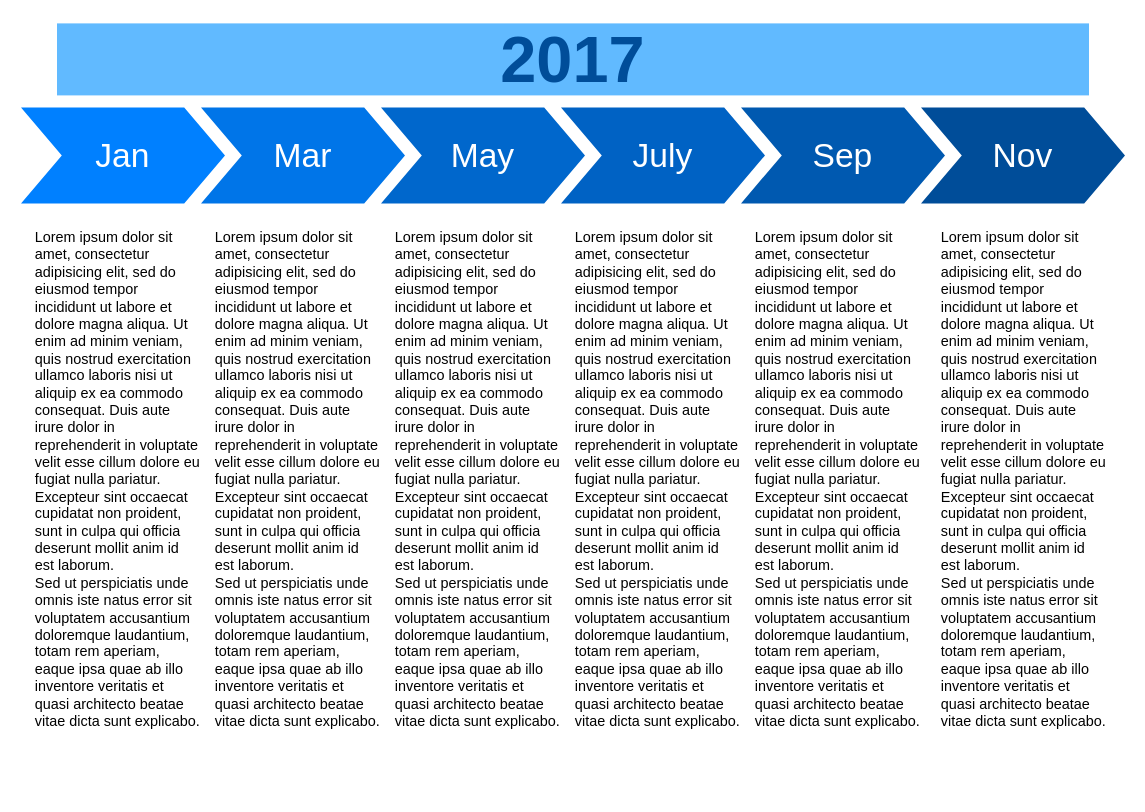
This is Untitled Diagram.drawio from nguyenDesign/python_test, a draw.io file, before an edit. Source tidied: cells renumbered, new cells numbered last; positions are measured from the earlier drawing's top-left corner, leaving out a move shared by most shapes. Both pictures are drawn from the tidied source at 120%, with x=0, y=0 at pixel (20, 23).
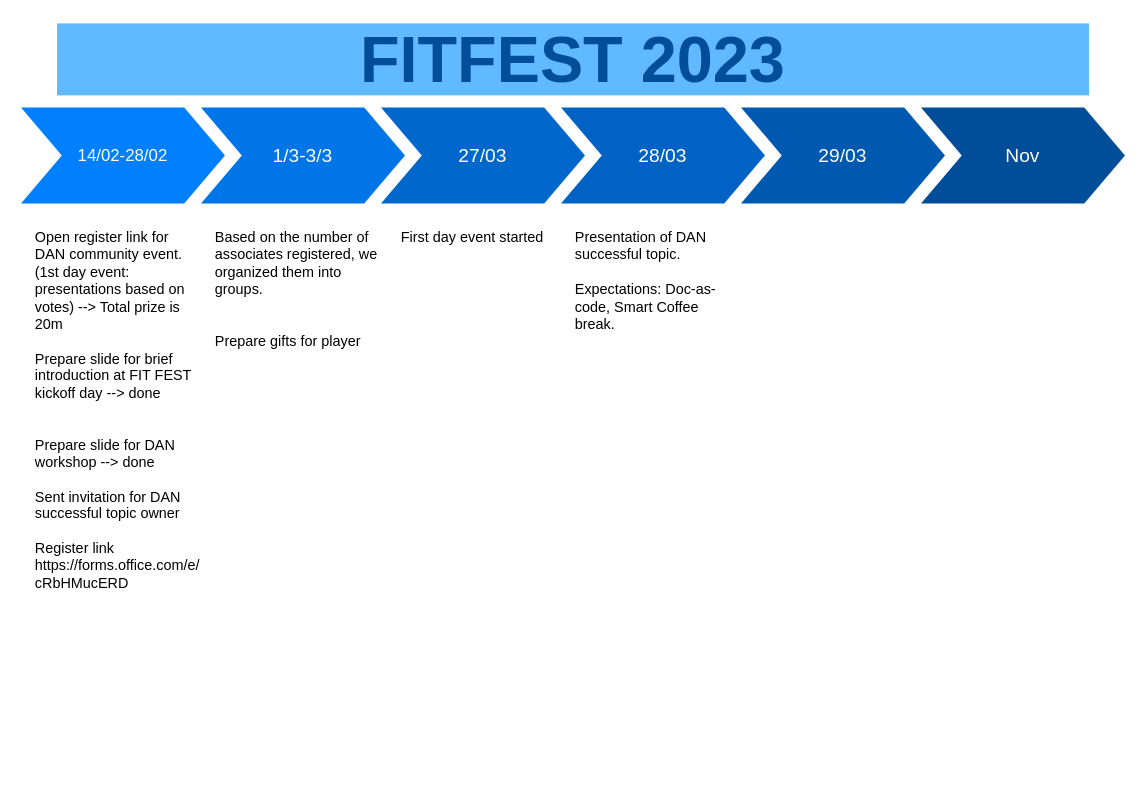
After the change.

Commit message:
Dan Time line

What changed in the source:
```diff
@@
 <mxGraphModel>
   <root>
     <mxCell id="0" />
     <mxCell id="1" parent="0" />
-    <mxCell id="2" value="Jan" style="shape=step;whiteSpace=wrap;html=1;fontSize=28;fillColor=#0080FF;fontColor=#FFFFFF;strokeColor=none;" parent="1" vertex="1">
+    <mxCell id="2" value="14/02-28/02" style="shape=step;whiteSpace=wrap;html=1;fontSize=14;fillColor=#0080FF;fontColor=#FFFFFF;strokeColor=none;" parent="1" vertex="1">
       <mxGeometry y="70" width="170" height="80" as="geometry" />
     </mxCell>
-    <mxCell id="3" value="Mar" style="shape=step;whiteSpace=wrap;html=1;fontSize=28;fillColor=#0075E8;fontColor=#FFFFFF;strokeColor=none;" parent="1" vertex="1">
+    <mxCell id="3" value="1/3-3/3" style="shape=step;whiteSpace=wrap;html=1;fontSize=16;fillColor=#0075E8;fontColor=#FFFFFF;strokeColor=none;" parent="1" vertex="1">
       <mxGeometry x="150" y="70" width="170" height="80" as="geometry" />
     </mxCell>
-    <mxCell id="4" value="May" style="shape=step;whiteSpace=wrap;html=1;fontSize=28;fillColor=#0067CC;fontColor=#FFFFFF;strokeColor=none;" parent="1" vertex="1">
+    <mxCell id="4" value="27/03" style="shape=step;whiteSpace=wrap;html=1;fontSize=16;fillColor=#0067CC;fontColor=#FFFFFF;strokeColor=none;" parent="1" vertex="1">
       <mxGeometry x="300" y="70" width="170" height="80" as="geometry" />
     </mxCell>
-    <mxCell id="5" value="July" style="shape=step;whiteSpace=wrap;html=1;fontSize=28;fillColor=#0062C4;fontColor=#FFFFFF;strokeColor=none;" parent="1" vertex="1">
+    <mxCell id="5" value="28/03" style="shape=step;whiteSpace=wrap;html=1;fontSize=16;fillColor=#0062C4;fontColor=#FFFFFF;strokeColor=none;" parent="1" vertex="1">
       <mxGeometry x="450" y="70" width="170" height="80" as="geometry" />
     </mxCell>
-    <mxCell id="6" value="Sep" style="shape=step;whiteSpace=wrap;html=1;fontSize=28;fillColor=#0059B0;fontColor=#FFFFFF;strokeColor=none;" parent="1" vertex="1">
+    <mxCell id="6" value="29/03" style="shape=step;whiteSpace=wrap;html=1;fontSize=16;fillColor=#0059B0;fontColor=#FFFFFF;strokeColor=none;" parent="1" vertex="1">
       <mxGeometry x="600" y="70" width="170" height="80" as="geometry" />
     </mxCell>
-    <mxCell id="7" value="Nov" style="shape=step;whiteSpace=wrap;html=1;fontSize=28;fillColor=#004D99;fontColor=#FFFFFF;strokeColor=none;" parent="1" vertex="1">
+    <mxCell id="7" value="Nov" style="shape=step;whiteSpace=wrap;html=1;fontSize=16;fillColor=#004D99;fontColor=#FFFFFF;strokeColor=none;" parent="1" vertex="1">
       <mxGeometry x="750" y="70" width="170" height="80" as="geometry" />
     </mxCell>
-    <mxCell id="8" value="2017" style="text;html=1;strokeColor=none;fillColor=#61BAFF;align=center;verticalAlign=middle;whiteSpace=wrap;fontSize=54;fontStyle=1;fontColor=#004D99;" parent="1" vertex="1">
+    <mxCell id="8" value="FITFEST 2023" style="text;html=1;strokeColor=none;fillColor=#61BAFF;align=center;verticalAlign=middle;whiteSpace=wrap;fontSize=54;fontStyle=1;fontColor=#004D99;" parent="1" vertex="1">
       <mxGeometry x="30" width="860" height="60" as="geometry" />
     </mxCell>
-    <mxCell id="9" value="Lorem ipsum dolor sit amet, consectetur adipisicing elit, sed do eiusmod tempor incididunt ut labore et dolore magna aliqua. Ut enim ad minim veniam, quis nostrud exercitation ullamco laboris nisi ut aliquip ex ea commodo consequat. Duis aute irure dolor in reprehenderit in voluptate velit esse cillum dolore eu fugiat nulla pariatur. Excepteur sint occaecat cupidatat non proident, sunt in culpa qui officia deserunt mollit anim id est laborum.&lt;br&gt;Sed ut perspiciatis unde omnis iste natus error sit voluptatem accusantium doloremque laudantium, totam rem aperiam, eaque ipsa quae ab illo inventore veritatis et quasi architecto beatae vitae dicta sunt explicabo." style="text;spacingTop=-5;fillColor=#ffffff;whiteSpace=wrap;html=1;align=left;fontSize=12;fontFamily=Helvetica;fillColor=none;strokeColor=none;" parent="1" vertex="1">
+    <mxCell id="9" value="Open register link for DAN community event.&lt;br&gt;(1st day event: presentations based on votes) --&amp;gt; Total prize is 20m&lt;br&gt;&lt;br&gt;Prepare slide for brief introduction at FIT FEST kickoff day --&amp;gt; done&lt;br&gt;&lt;br&gt;&lt;br&gt;Prepare slide for DAN workshop --&amp;gt; done&lt;br&gt;&lt;br&gt;Sent invitation for DAN successful topic owner&lt;br&gt;&lt;br&gt;Register link&lt;br&gt;https://forms.office.com/e/&lt;br&gt;cRbHMucERD" style="text;spacingTop=-5;fillColor=#ffffff;whiteSpace=wrap;html=1;align=left;fontSize=12;fontFamily=Helvetica;fillColor=none;strokeColor=none;" parent="1" vertex="1">
       <mxGeometry x="10" y="170" width="140" height="470" as="geometry" />
     </mxCell>
-    <mxCell id="10" value="Lorem ipsum dolor sit amet, consectetur adipisicing elit, sed do eiusmod tempor incididunt ut labore et dolore magna aliqua. Ut enim ad minim veniam, quis nostrud exercitation ullamco laboris nisi ut aliquip ex ea commodo consequat. Duis aute irure dolor in reprehenderit in voluptate velit esse cillum dolore eu fugiat nulla pariatur. Excepteur sint occaecat cupidatat non proident, sunt in culpa qui officia deserunt mollit anim id est laborum.&lt;br&gt;Sed ut perspiciatis unde omnis iste natus error sit voluptatem accusantium doloremque laudantium, totam rem aperiam, eaque ipsa quae ab illo inventore veritatis et quasi architecto beatae vitae dicta sunt explicabo." style="text;spacingTop=-5;fillColor=#ffffff;whiteSpace=wrap;html=1;align=left;fontSize=12;fontFamily=Helvetica;fillColor=none;strokeColor=none;" parent="1" vertex="1">
+    <mxCell id="10" value="Based on the number of associates registered, we organized them into groups.&lt;br&gt;&lt;br&gt;&lt;br&gt;Prepare gifts for player&lt;br&gt;" style="text;spacingTop=-5;fillColor=#ffffff;whiteSpace=wrap;html=1;align=left;fontSize=12;fontFamily=Helvetica;fillColor=none;strokeColor=none;" parent="1" vertex="1">
       <mxGeometry x="160" y="170" width="140" height="470" as="geometry" />
     </mxCell>
-    <mxCell id="11" value="Lorem ipsum dolor sit amet, consectetur adipisicing elit, sed do eiusmod tempor incididunt ut labore et dolore magna aliqua. Ut enim ad minim veniam, quis nostrud exercitation ullamco laboris nisi ut aliquip ex ea commodo consequat. Duis aute irure dolor in reprehenderit in voluptate velit esse cillum dolore eu fugiat nulla pariatur. Excepteur sint occaecat cupidatat non proident, sunt in culpa qui officia deserunt mollit anim id est laborum.&lt;br&gt;Sed ut perspiciatis unde omnis iste natus error sit voluptatem accusantium doloremque laudantium, totam rem aperiam, eaque ipsa quae ab illo inventore veritatis et quasi architecto beatae vitae dicta sunt explicabo." style="text;spacingTop=-5;fillColor=#ffffff;whiteSpace=wrap;html=1;align=left;fontSize=12;fontFamily=Helvetica;fillColor=none;strokeColor=none;" parent="1" vertex="1">
-      <mxGeometry x="310" y="170" width="140" height="470" as="geometry" />
-    </mxCell>
-    <mxCell id="12" value="Lorem ipsum dolor sit amet, consectetur adipisicing elit, sed do eiusmod tempor incididunt ut labore et dolore magna aliqua. Ut enim ad minim veniam, quis nostrud exercitation ullamco laboris nisi ut aliquip ex ea commodo consequat. Duis aute irure dolor in reprehenderit in voluptate velit esse cillum dolore eu fugiat nulla pariatur. Excepteur sint occaecat cupidatat non proident, sunt in culpa qui officia deserunt mollit anim id est laborum.&lt;br&gt;Sed ut perspiciatis unde omnis iste natus error sit voluptatem accusantium doloremque laudantium, totam rem aperiam, eaque ipsa quae ab illo inventore veritatis et quasi architecto beatae vitae dicta sunt explicabo." style="text;spacingTop=-5;fillColor=#ffffff;whiteSpace=wrap;html=1;align=left;fontSize=12;fontFamily=Helvetica;fillColor=none;strokeColor=none;" parent="1" vertex="1">
-      <mxGeometry x="460" y="170" width="140" height="470" as="geometry" />
-    </mxCell>
-    <mxCell id="13" value="Lorem ipsum dolor sit amet, consectetur adipisicing elit, sed do eiusmod tempor incididunt ut labore et dolore magna aliqua. Ut enim ad minim veniam, quis nostrud exercitation ullamco laboris nisi ut aliquip ex ea commodo consequat. Duis aute irure dolor in reprehenderit in voluptate velit esse cillum dolore eu fugiat nulla pariatur. Excepteur sint occaecat cupidatat non proident, sunt in culpa qui officia deserunt mollit anim id est laborum.&lt;br&gt;Sed ut perspiciatis unde omnis iste natus error sit voluptatem accusantium doloremque laudantium, totam rem aperiam, eaque ipsa quae ab illo inventore veritatis et quasi architecto beatae vitae dicta sunt explicabo." style="text;spacingTop=-5;fillColor=#ffffff;whiteSpace=wrap;html=1;align=left;fontSize=12;fontFamily=Helvetica;fillColor=none;strokeColor=none;" parent="1" vertex="1">
-      <mxGeometry x="610" y="170" width="140" height="470" as="geometry" />
-    </mxCell>
-    <mxCell id="14" value="Lorem ipsum dolor sit amet, consectetur adipisicing elit, sed do eiusmod tempor incididunt ut labore et dolore magna aliqua. Ut enim ad minim veniam, quis nostrud exercitation ullamco laboris nisi ut aliquip ex ea commodo consequat. Duis aute irure dolor in reprehenderit in voluptate velit esse cillum dolore eu fugiat nulla pariatur. Excepteur sint occaecat cupidatat non proident, sunt in culpa qui officia deserunt mollit anim id est laborum.&lt;br&gt;Sed ut perspiciatis unde omnis iste natus error sit voluptatem accusantium doloremque laudantium, totam rem aperiam, eaque ipsa quae ab illo inventore veritatis et quasi architecto beatae vitae dicta sunt explicabo." style="text;spacingTop=-5;fillColor=#ffffff;whiteSpace=wrap;html=1;align=left;fontSize=12;fontFamily=Helvetica;fillColor=none;strokeColor=none;" parent="1" vertex="1">
-      <mxGeometry x="765" y="170" width="140" height="470" as="geometry" />
-    </mxCell>
+    <mxCell id="15" value="First day event started" style="text;spacingTop=-5;fillColor=#ffffff;whiteSpace=wrap;html=1;align=left;fontSize=12;fontFamily=Helvetica;fillColor=none;strokeColor=none;" parent="1" vertex="1">
+      <mxGeometry x="315" y="170" width="140" height="470" as="geometry" />
+    </mxCell>
+    <mxCell id="16" value="Presentation of DAN successful topic.&lt;br&gt;&lt;br&gt;Expectations: Doc-as-code, Smart Coffee break." style="text;spacingTop=-5;fillColor=#ffffff;whiteSpace=wrap;html=1;align=left;fontSize=12;fontFamily=Helvetica;fillColor=none;strokeColor=none;" parent="1" vertex="1">
+      <mxGeometry x="460" y="170" width="140" height="470" as="geometry" />
+    </mxCell>
   </root>
 </mxGraphModel>
```
